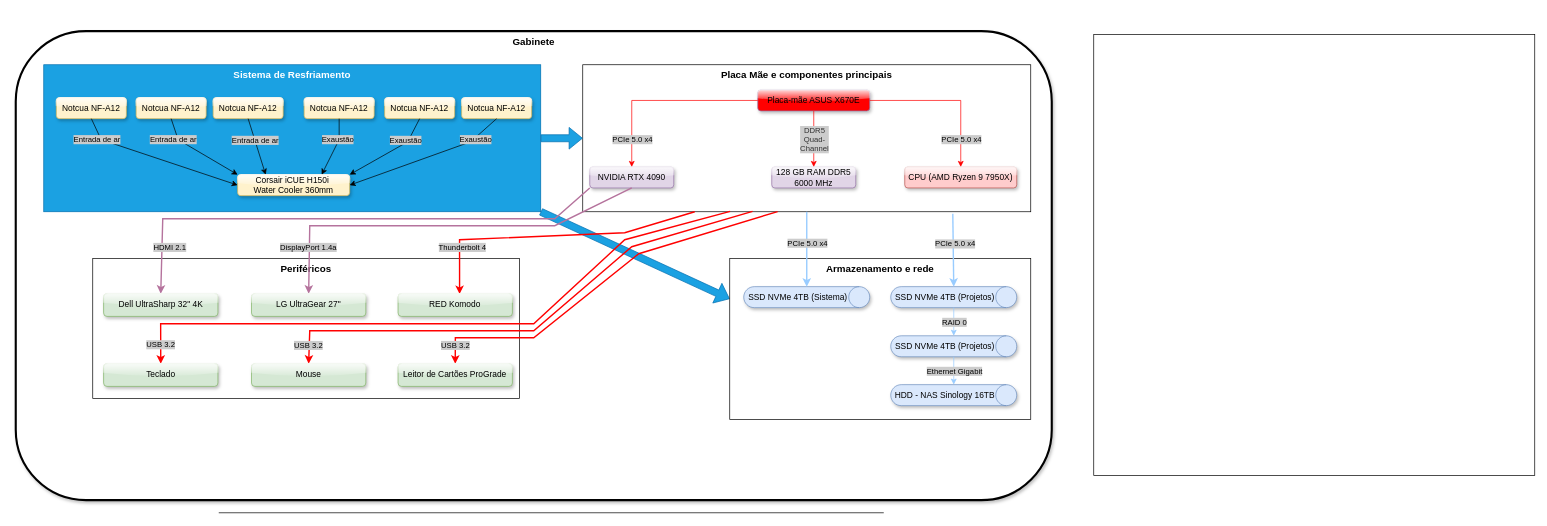
This is Diagrama sem nome.drawio from Leopoldofca/Unyleya_1Sem, a draw.io file, before an edit. Source tidied: cells renumbered, new cells numbered last; positions are measured from the earlier drawing's top-left corner, leaving out a move shared by most shapes. Both pictures are drawn from the tidied source at 70%, with x=0, y=0 at pixel (15, 31).
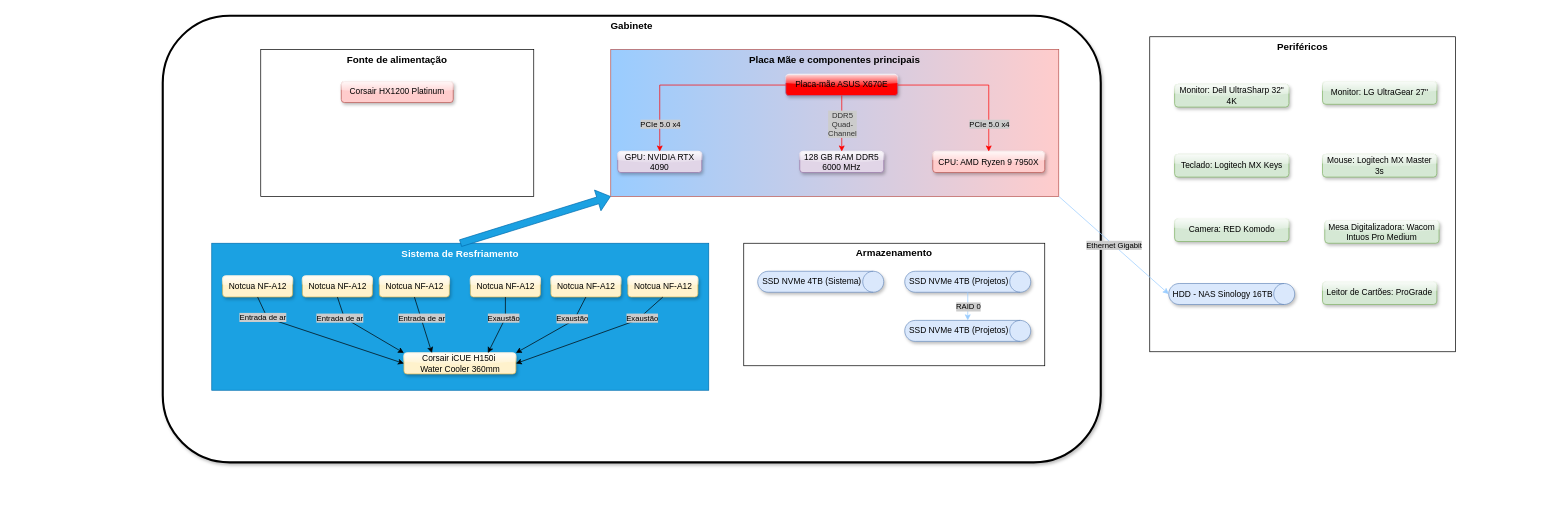
Above is the later version.

The edit, as a diff of the source:
```diff
@@
     <mxCell id="2" value="Gabinete" style="rounded=1;whiteSpace=wrap;html=1;fontSize=14;fontStyle=1;verticalAlign=top;labelBackgroundColor=default;glass=0;shadow=1;strokeWidth=3;" parent="1" vertex="1">
-      <mxGeometry width="1480" height="670" as="geometry" />
+      <mxGeometry x="210" y="-22" width="1340" height="638" as="geometry" />
     </mxCell>
-    <mxCell id="3" style="shape=flexArrow;endArrow=classic;html=1;rounded=0;exitX=1;exitY=1;exitDx=0;exitDy=0;entryX=0;entryY=0.25;entryDx=0;entryDy=0;fillColor=#1ba1e2;strokeColor=#006EAF;" parent="1" edge="1" source="6" target="5">
-      <mxGeometry relative="1" as="geometry" />
-    </mxCell>
+    <mxCell id="72" value="Fonte de alimentação" style="rounded=0;whiteSpace=wrap;html=1;fontSize=14;verticalAlign=top;fontStyle=1;" parent="1" vertex="1">
+      <mxGeometry x="350" y="26" width="390" height="210" as="geometry" />
+    </mxCell>
-    <mxCell id="4" value="Placa Mãe e componentes principais" style="rounded=0;whiteSpace=wrap;html=1;verticalAlign=top;fontSize=14;fontStyle=1;" parent="1" vertex="1">
-      <mxGeometry x="810" y="48" width="640" height="210" as="geometry" />
+    <mxCell id="4" value="Placa Mãe e componentes principais" style="rounded=0;whiteSpace=wrap;html=1;verticalAlign=top;fontSize=14;fontStyle=1;fillColor=#99CCFF;gradientColor=#FFCCCC;strokeColor=#b85450;gradientDirection=east;" parent="1" vertex="1">
+      <mxGeometry x="850" y="26" width="640" height="210" as="geometry" />
     </mxCell>
-    <mxCell id="5" value="&lt;div&gt;&lt;br&gt;&lt;/div&gt;&lt;div&gt;&lt;br&gt;&lt;/div&gt;Armazenamento e rede" style="rounded=0;whiteSpace=wrap;html=1;glass=0;labelPosition=center;verticalLabelPosition=middle;align=center;verticalAlign=top;horizontal=1;spacingTop=-35;fontStyle=1;fontSize=14;" parent="1" vertex="1">
-      <mxGeometry x="1020" y="325" width="430" height="230" as="geometry" />
+    <mxCell id="5" value="&lt;div&gt;&lt;br&gt;&lt;/div&gt;&lt;div&gt;&lt;br&gt;&lt;/div&gt;Armazenamento" style="rounded=0;whiteSpace=wrap;html=1;glass=0;labelPosition=center;verticalLabelPosition=middle;align=center;verticalAlign=top;horizontal=1;spacingTop=-35;fontStyle=1;fontSize=14;" parent="1" vertex="1">
+      <mxGeometry x="1040" y="303" width="430" height="175" as="geometry" />
     </mxCell>
     <mxCell id="6" value="Sistema de Resfriamento" style="rounded=0;whiteSpace=wrap;html=1;fontSize=14;fontStyle=1;verticalAlign=top;fillColor=#1ba1e2;fontColor=#ffffff;strokeColor=#006EAF;" parent="1" vertex="1">
-      <mxGeometry x="40" y="48" width="710" height="210" as="geometry" />
+      <mxGeometry x="280" y="303" width="710" height="210" as="geometry" />
     </mxCell>
     <mxCell id="7" value="Periféricos" style="rounded=0;whiteSpace=wrap;html=1;labelPosition=center;verticalLabelPosition=middle;align=center;verticalAlign=top;fontStyle=1;fontSize=14;" parent="1" vertex="1">
-      <mxGeometry x="110" y="325" width="609.5" height="200" as="geometry" />
+      <mxGeometry x="1620" y="8" width="436.6" height="450" as="geometry" />
     </mxCell>
     <mxCell id="8" value="SSD NVMe 4TB (Sistema)" style="shape=cylinder3;whiteSpace=wrap;html=1;boundedLbl=1;backgroundOutline=1;size=15;direction=south;fillColor=#dae8fc;strokeColor=#6c8ebf;shadow=1;rounded=1;glass=1;align=center;verticalAlign=middle;fontFamily=Helvetica;fontSize=12;fontColor=default;gradientColor=none;" parent="1" vertex="1">
-      <mxGeometry x="1040" y="365" width="180" height="30" as="geometry" />
+      <mxGeometry x="1060" y="343" width="180" height="30" as="geometry" />
     </mxCell>
     <mxCell id="9" value="HDD - NAS Sinology 16TB" style="shape=cylinder3;whiteSpace=wrap;html=1;boundedLbl=1;backgroundOutline=1;size=15;direction=south;fillColor=#dae8fc;strokeColor=#6c8ebf;shadow=1;rounded=1;glass=1;align=center;verticalAlign=middle;fontFamily=Helvetica;fontSize=12;fontColor=default;gradientColor=none;" parent="1" vertex="1">
-      <mxGeometry x="1250" y="505" width="180" height="30" as="geometry" />
+      <mxGeometry x="1647.1" y="360.5" width="180" height="30" as="geometry" />
     </mxCell>
     <mxCell id="10" value="Placa-mãe ASUS X670E" style="rounded=1;whiteSpace=wrap;html=1;fillColor=#FF0000;strokeColor=#9673a6;glass=1;shadow=1;" parent="1" vertex="1">
-      <mxGeometry x="1060" y="84" width="160" height="30" as="geometry" />
+      <mxGeometry x="1100" y="62" width="160" height="30" as="geometry" />
     </mxCell>
-    <mxCell id="11" value="NVIDIA RTX 4090" style="rounded=1;whiteSpace=wrap;html=1;fillColor=#e1d5e7;strokeColor=#9673a6;glass=1;shadow=1;" parent="1" vertex="1">
-      <mxGeometry x="820" y="194" width="120" height="30" as="geometry" />
+    <mxCell id="11" value="GPU: NVIDIA RTX 4090" style="rounded=1;whiteSpace=wrap;html=1;fillColor=#e1d5e7;strokeColor=#9673a6;glass=1;shadow=1;" parent="1" vertex="1">
+      <mxGeometry x="860" y="172" width="120" height="30" as="geometry" />
     </mxCell>
     <mxCell id="12" value="128 GB RAM DDR5 6000 MHz" style="rounded=1;whiteSpace=wrap;html=1;fillColor=#e1d5e7;strokeColor=#9673a6;glass=1;shadow=1;" parent="1" vertex="1">
-      <mxGeometry x="1080" y="194" width="120" height="30" as="geometry" />
+      <mxGeometry x="1120" y="172" width="120" height="30" as="geometry" />
     </mxCell>
-    <mxCell id="13" value="CPU (AMD Ryzen 9 7950X)" style="rounded=1;whiteSpace=wrap;html=1;fillColor=#FFCCCC;strokeColor=#b85450;glass=1;shadow=1;" parent="1" vertex="1">
-      <mxGeometry x="1270" y="194" width="160" height="30" as="geometry" />
+    <mxCell id="13" value="CPU: AMD Ryzen 9 7950X" style="rounded=1;whiteSpace=wrap;html=1;fillColor=#FFCCCC;strokeColor=#b85450;glass=1;shadow=1;" parent="1" vertex="1">
+      <mxGeometry x="1310" y="172" width="160" height="30" as="geometry" />
     </mxCell>
     <mxCell id="14" style="group;" parent="1" vertex="1">
-      <mxGeometry x="58" y="95" width="679" height="140" as="geometry" />
+      <mxGeometry x="295.5" y="349.8" width="679" height="140" as="geometry" />
     </mxCell>
@@
-    <mxCell id="34" style="endArrow=classic;html=1;rounded=0;exitX=0;exitY=1;exitDx=0;exitDy=0;entryX=0.5;entryY=0;entryDx=0;entryDy=0;strokeColor=#B5739D;strokeWidth=2;" parent="1" edge="1" source="11" target="45">
-      <mxGeometry relative="1" as="geometry">
-        <Array as="points">
-          <mxPoint x="770" y="268" />
-          <mxPoint x="210" y="268" />
-        </Array>
-      </mxGeometry>
-    </mxCell>
-    <mxCell id="35" value="HDMI 2.1" style="edgeLabel;html=1;align=center;verticalAlign=middle;labelBackgroundColor=#CCCCCC;" parent="34" vertex="1">
-      <mxGeometry relative="1" as="geometry">
-        <mxPoint x="-250" y="40" as="offset" />
-      </mxGeometry>
-    </mxCell>
-    <mxCell id="36" style="endArrow=classic;html=1;rounded=0;exitX=0.5;exitY=1;exitDx=0;exitDy=0;entryX=0.5;entryY=0;entryDx=0;entryDy=0;strokeColor=#B5739D;strokeWidth=2;" parent="1" edge="1" source="11" target="46">
-      <mxGeometry relative="1" as="geometry">
-        <Array as="points">
-          <mxPoint x="770" y="278" />
-          <mxPoint x="420" y="278" />
-        </Array>
-      </mxGeometry>
-    </mxCell>
-    <mxCell id="37" value="DisplayPort 1.4a" style="edgeLabel;html=1;align=center;verticalAlign=middle;labelBackgroundColor=#CCCCCC;" parent="36" vertex="1">
-      <mxGeometry relative="1" as="geometry">
-        <mxPoint x="-190" y="30" as="offset" />
-      </mxGeometry>
-    </mxCell>
-    <mxCell id="38" style="endArrow=classic;html=1;rounded=0;exitX=0.25;exitY=1;exitDx=0;exitDy=0;entryX=0.538;entryY=0.018;entryDx=0;entryDy=0;entryPerimeter=0;strokeColor=#FF0000;strokeWidth=2;" parent="1" edge="1" source="4" target="47">
-      <mxGeometry relative="1" as="geometry">
-        <Array as="points">
-          <mxPoint x="870" y="288" />
-          <mxPoint x="634" y="298" />
-        </Array>
-      </mxGeometry>
-    </mxCell>
-    <mxCell id="39" value="Thunderbolt 4" style="edgeLabel;html=1;align=center;verticalAlign=middle;labelBackgroundColor=#CCCCCC;" parent="38" vertex="1">
-      <mxGeometry relative="1" as="geometry">
-        <mxPoint x="-128" y="16" as="offset" />
-      </mxGeometry>
-    </mxCell>
-    <mxCell id="40" style="endArrow=classic;html=1;rounded=0;exitX=0.329;exitY=0.997;exitDx=0;exitDy=0;entryX=0.5;entryY=0;entryDx=0;entryDy=0;strokeColor=#FF0000;exitPerimeter=0;strokeWidth=2;" parent="1" edge="1" source="4" target="49">
-      <mxGeometry relative="1" as="geometry">
-        <Array as="points">
-          <mxPoint x="870" y="298" />
-          <mxPoint x="740" y="418" />
-          <mxPoint x="207" y="418" />
-        </Array>
-      </mxGeometry>
-    </mxCell>
-    <mxCell id="41" style="endArrow=classic;html=1;rounded=0;exitX=0.379;exitY=0.997;exitDx=0;exitDy=0;strokeColor=#FF0000;entryX=0.5;entryY=0;entryDx=0;entryDy=0;exitPerimeter=0;strokeWidth=2;" parent="1" edge="1" source="4" target="50">
-      <mxGeometry relative="1" as="geometry">
-        <Array as="points">
-          <mxPoint x="880" y="308" />
-          <mxPoint x="740" y="428" />
-          <mxPoint x="420" y="428" />
-        </Array>
-      </mxGeometry>
-    </mxCell>
-    <mxCell id="42" style="endArrow=classic;html=1;rounded=0;exitX=0.435;exitY=0.999;exitDx=0;exitDy=0;entryX=0.5;entryY=0;entryDx=0;entryDy=0;strokeColor=#FF0000;exitPerimeter=0;strokeWidth=2;" parent="1" edge="1" source="4" target="48">
-      <mxGeometry relative="1" as="geometry">
-        <Array as="points">
-          <mxPoint x="890" y="318" />
-          <mxPoint x="740" y="438" />
-          <mxPoint x="628" y="438" />
-        </Array>
-      </mxGeometry>
-    </mxCell>
-    <mxCell id="43" value="USB 3.2" style="edgeLabel;html=1;align=center;verticalAlign=middle;labelBackgroundColor=#CCCCCC;" parent="42" vertex="1">
-      <mxGeometry relative="1" as="geometry">
-        <mxPoint x="-631" y="88" as="offset" />
-      </mxGeometry>
-    </mxCell>
-    <mxCell id="44" style="group;" parent="1" vertex="1">
-      <mxGeometry x="125.5" y="375" width="584" height="132.5" as="geometry" />
-    </mxCell>
-    <mxCell id="45" value="&lt;font&gt;Dell UltraSharp 32&quot; 4K&lt;/font&gt;" style="rounded=1;whiteSpace=wrap;html=1;fillColor=#d5e8d4;strokeColor=#82b366;glass=1;shadow=1;" parent="44" vertex="1">
-      <mxGeometry width="163.3" height="32.5" as="geometry" />
-    </mxCell>
-    <mxCell id="46" value="LG UltraGear 27&quot;" style="rounded=1;whiteSpace=wrap;html=1;fillColor=#d5e8d4;strokeColor=#82b366;glass=1;shadow=1;" parent="44" vertex="1">
-      <mxGeometry x="211.3" width="163.3" height="32.5" as="geometry" />
-    </mxCell>
-    <mxCell id="47" value="RED Komodo" style="rounded=1;whiteSpace=wrap;html=1;fillColor=#d5e8d4;strokeColor=#82b366;glass=1;shadow=1;" parent="44" vertex="1">
-      <mxGeometry x="420.7" width="163.3" height="32.5" as="geometry" />
-    </mxCell>
-    <mxCell id="48" value="&lt;font&gt;Leitor de Cartões ProGrade&lt;/font&gt;" style="rounded=1;whiteSpace=wrap;html=1;fillColor=#d5e8d4;strokeColor=#82b366;glass=1;shadow=1;" parent="44" vertex="1">
-      <mxGeometry x="420.7" y="100" width="163.3" height="32.5" as="geometry" />
-    </mxCell>
-    <mxCell id="49" value="&lt;font&gt;Teclado&lt;/font&gt;" style="rounded=1;whiteSpace=wrap;html=1;fillColor=#d5e8d4;strokeColor=#82b366;glass=1;shadow=1;" parent="44" vertex="1">
-      <mxGeometry y="100" width="163.3" height="32.5" as="geometry" />
-    </mxCell>
-    <mxCell id="50" value="&lt;font&gt;Mouse&lt;/font&gt;" style="rounded=1;whiteSpace=wrap;html=1;fillColor=#d5e8d4;strokeColor=#82b366;glass=1;shadow=1;" parent="44" vertex="1">
-      <mxGeometry x="211.3" y="100" width="163.3" height="32.5" as="geometry" />
-    </mxCell>
-    <mxCell id="51" value="USB 3.2" style="edgeLabel;html=1;align=center;verticalAlign=middle;labelBackgroundColor=#CCCCCC;" parent="44" vertex="1">
-      <mxGeometry x="502.3" y="73" as="geometry" />
-    </mxCell>
-    <mxCell id="52" style="endArrow=none;html=1;rounded=0;" parent="1" edge="1">
-      <mxGeometry relative="1" as="geometry">
-        <mxPoint x="290" y="688" as="sourcePoint" />
-        <mxPoint x="1240" y="688" as="targetPoint" />
-      </mxGeometry>
-    </mxCell>
     <mxCell id="53" value="SSD NVMe 4TB (Projetos)" style="shape=cylinder3;whiteSpace=wrap;html=1;boundedLbl=1;backgroundOutline=1;size=15;direction=south;fillColor=#dae8fc;strokeColor=#6c8ebf;shadow=1;rounded=1;glass=1;align=center;verticalAlign=middle;fontFamily=Helvetica;fontSize=12;fontColor=default;gradientColor=none;" parent="1" vertex="1">
-      <mxGeometry x="1250" y="365" width="180" height="30" as="geometry" />
+      <mxGeometry x="1270" y="343" width="180" height="30" as="geometry" />
     </mxCell>
     <mxCell id="54" value="SSD NVMe 4TB (Projetos)" style="shape=cylinder3;whiteSpace=wrap;html=1;boundedLbl=1;backgroundOutline=1;size=15;direction=south;fillColor=#dae8fc;strokeColor=#6c8ebf;shadow=1;rounded=1;glass=1;align=center;verticalAlign=middle;fontFamily=Helvetica;fontSize=12;fontColor=default;gradientColor=none;" parent="1" vertex="1">
-      <mxGeometry x="1250" y="435.2" width="180" height="30" as="geometry" />
+      <mxGeometry x="1270" y="413.2" width="180" height="30" as="geometry" />
     </mxCell>
-    <mxCell id="55" value="USB 3.2" style="edgeLabel;html=1;align=center;verticalAlign=middle;labelBackgroundColor=#CCCCCC;" parent="1" vertex="1">
-      <mxGeometry x="417.5" y="448.2" as="geometry" />
-    </mxCell>
-    <mxCell id="56" style="endArrow=classic;html=1;rounded=0;exitX=0.5;exitY=1;exitDx=0;exitDy=0;entryX=0;entryY=0.5;entryDx=0;entryDy=0;entryPerimeter=0;strokeColor=#99CCFF;strokeWidth=2;" parent="1" edge="1" source="4" target="8">
-      <mxGeometry relative="1" as="geometry" />
-    </mxCell>
-    <mxCell id="57" value="PCIe 5.0 x4" style="edgeLabel;html=1;align=center;verticalAlign=middle;labelBackgroundColor=#CCCCCC;" parent="56" vertex="1">
-      <mxGeometry relative="1" as="geometry">
-        <mxPoint y="-10" as="offset" />
-      </mxGeometry>
-    </mxCell>
-    <mxCell id="58" style="endArrow=classic;html=1;rounded=0;entryX=0;entryY=0.5;entryDx=0;entryDy=0;entryPerimeter=0;strokeColor=#99CCFF;exitX=0.826;exitY=1.013;exitDx=0;exitDy=0;exitPerimeter=0;strokeWidth=2;" parent="1" edge="1" source="4" target="53">
-      <mxGeometry relative="1" as="geometry" />
-    </mxCell>
-    <mxCell id="59" value="PCIe 5.0 x4" style="edgeLabel;html=1;align=center;verticalAlign=middle;labelBackgroundColor=#CCCCCC;" parent="58" vertex="1">
-      <mxGeometry relative="1" as="geometry">
-        <mxPoint x="2" y="-9" as="offset" />
-      </mxGeometry>
-    </mxCell>
@@
-    <mxCell id="62" style="endArrow=classic;html=1;rounded=0;exitX=1;exitY=0.5;exitDx=0;exitDy=0;exitPerimeter=0;entryX=0;entryY=0.5;entryDx=0;entryDy=0;entryPerimeter=0;strokeColor=#99CCFF;" parent="1" edge="1" source="54" target="9">
+    <mxCell id="62" style="endArrow=classic;html=1;rounded=0;exitX=1;exitY=1;exitDx=0;exitDy=0;entryX=0.5;entryY=1;entryDx=0;entryDy=0;entryPerimeter=0;strokeColor=#99CCFF;" parent="1" edge="1" source="4" target="9">
       <mxGeometry relative="1" as="geometry" />
     </mxCell>
@@
     <mxCell id="64" style="endArrow=classic;html=1;rounded=0;exitX=1;exitY=0.5;exitDx=0;exitDy=0;entryX=0.5;entryY=0;entryDx=0;entryDy=0;strokeColor=#FF0000;" parent="1" edge="1" source="10" target="13">
       <mxGeometry relative="1" as="geometry">
         <Array as="points">
-          <mxPoint x="1350" y="99" />
+          <mxPoint x="1390" y="77" />
         </Array>
       </mxGeometry>
     </mxCell>
@@
     <mxCell id="66" style="endArrow=classic;html=1;rounded=0;exitX=0;exitY=0.5;exitDx=0;exitDy=0;entryX=0.5;entryY=0;entryDx=0;entryDy=0;strokeColor=#FF0000;" parent="1" edge="1" source="10" target="11">
       <mxGeometry relative="1" as="geometry">
         <Array as="points">
-          <mxPoint x="880" y="99" />
+          <mxPoint x="920" y="77" />
         </Array>
       </mxGeometry>
     </mxCell>
@@
-    <mxCell id="70" style="whiteSpace=wrap;html=1;" parent="1" vertex="1">
-      <mxGeometry x="1540" y="5" width="630" height="630" as="geometry" />
-    </mxCell>
+    <mxCell id="73" value="Corsair HX1200 Platinum" style="rounded=1;whiteSpace=wrap;html=1;fillColor=#FFCCCC;strokeColor=#b85450;glass=1;shadow=1;" parent="1" vertex="1">
+      <mxGeometry x="465" y="72" width="160" height="30" as="geometry" />
+    </mxCell>
+    <mxCell id="74" value="Mesa Digitalizadora: Wacom Intuos Pro Medium" style="rounded=1;whiteSpace=wrap;html=1;fillColor=#d5e8d4;strokeColor=#82b366;glass=1;shadow=1;" parent="1" vertex="1">
+      <mxGeometry x="1870" y="270.5" width="163.3" height="32.5" as="geometry" />
+    </mxCell>
+    <mxCell id="47" value="Camera: RED Komodo" style="rounded=1;whiteSpace=wrap;html=1;fillColor=#d5e8d4;strokeColor=#82b366;glass=1;shadow=1;" parent="1" vertex="1">
+      <mxGeometry x="1655.5" y="268" width="163.3" height="32.5" as="geometry" />
+    </mxCell>
+    <mxCell id="48" value="&lt;font&gt;Leitor de Cartões: ProGrade&lt;/font&gt;" style="rounded=1;whiteSpace=wrap;html=1;fillColor=#d5e8d4;strokeColor=#82b366;glass=1;shadow=1;" parent="1" vertex="1">
+      <mxGeometry x="1866.8" y="358" width="163.3" height="32.5" as="geometry" />
+    </mxCell>
+    <mxCell id="45" value="&lt;font&gt;Monitor: Dell UltraSharp 32&quot; 4K&lt;/font&gt;" style="rounded=1;whiteSpace=wrap;html=1;fillColor=#d5e8d4;strokeColor=#82b366;glass=1;shadow=1;" parent="1" vertex="1">
+      <mxGeometry x="1655.5" y="76" width="163.3" height="32.5" as="geometry" />
+    </mxCell>
+    <mxCell id="46" value="Monitor: LG UltraGear 27&quot;" style="rounded=1;whiteSpace=wrap;html=1;fillColor=#d5e8d4;strokeColor=#82b366;glass=1;shadow=1;" parent="1" vertex="1">
+      <mxGeometry x="1866.8" y="72" width="163.3" height="32.5" as="geometry" />
+    </mxCell>
+    <mxCell id="49" value="&lt;font&gt;Teclado: Logitech MX Keys&lt;/font&gt;" style="rounded=1;whiteSpace=wrap;html=1;fillColor=#d5e8d4;strokeColor=#82b366;glass=1;shadow=1;" parent="1" vertex="1">
+      <mxGeometry x="1655.5" y="176" width="163.3" height="32.5" as="geometry" />
+    </mxCell>
+    <mxCell id="50" value="&lt;font&gt;Mouse: Logitech MX Master 3s&lt;/font&gt;" style="rounded=1;whiteSpace=wrap;html=1;fillColor=#d5e8d4;strokeColor=#82b366;glass=1;shadow=1;" parent="1" vertex="1">
+      <mxGeometry x="1866.8" y="176" width="163.3" height="32.5" as="geometry" />
+    </mxCell>
-    <mxCell id="71" style="shape=flexArrow;endArrow=classic;html=1;rounded=0;exitX=1;exitY=0.5;exitDx=0;exitDy=0;entryX=0;entryY=0.5;entryDx=0;entryDy=0;fillColor=#1ba1e2;strokeColor=#006EAF;" parent="1" edge="1" source="6" target="4">
+    <mxCell id="71" style="shape=flexArrow;endArrow=classic;html=1;rounded=0;exitX=0.5;exitY=0;exitDx=0;exitDy=0;entryX=0;entryY=1;entryDx=0;entryDy=0;fillColor=#1ba1e2;strokeColor=#006EAF;" parent="1" edge="1" source="6" target="4">
       <mxGeometry relative="1" as="geometry" />
     </mxCell>
```
